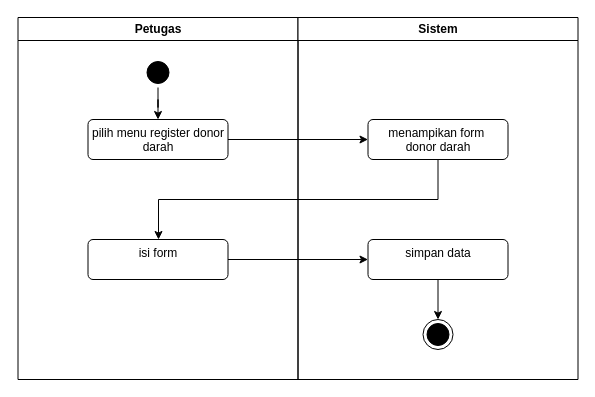
This is page "activity-register-donor-darah" (2 of 24) of Untitled Diagram.drawio from afdikomayte/UDD-PMI-blood-donation-service, a draw.io file, before an edit. Source tidied: cells renumbered, new cells numbered last; positions are measured from the earlier drawing's top-left corner, leaving out a move shared by most shapes. Both pictures are drawn from the tidied source at 100%, with x=0, y=0 at pixel (17, 17).
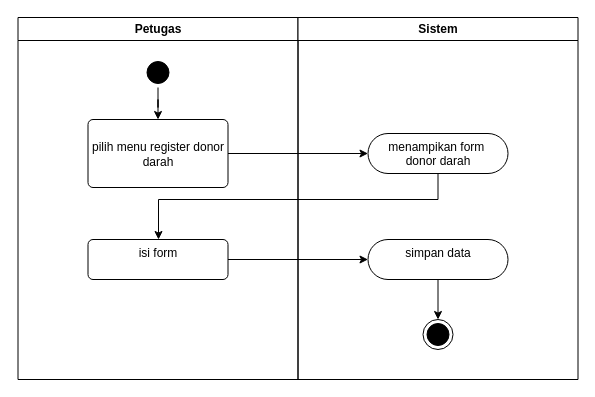
Above is the later version.

What changed in the source:
```diff
@@
 <mxGraphModel>
   <root>
     <mxCell id="0" />
     <mxCell id="1" parent="0" />
     <mxCell id="2" value="Petugas" style="swimlane;whiteSpace=wrap;startSize=23;" parent="1" vertex="1">
       <mxGeometry x="0.5" width="280" height="362" as="geometry" />
     </mxCell>
     <mxCell id="3" style="edgeStyle=orthogonalEdgeStyle;rounded=0;jettySize=auto;html=1;entryX=0.5;entryY=0;entryDx=0;entryDy=0;" parent="2" edge="1" source="4" target="5">
       <mxGeometry relative="1" as="geometry" />
     </mxCell>
     <mxCell id="4" style="ellipse;shape=startState;fillColor=#000000;strokeColor=#000000;" parent="2" vertex="1">
       <mxGeometry x="125" y="40" width="30" height="30" as="geometry" />
     </mxCell>
-    <mxCell id="5" value="pilih menu register donor darah" style="html=1;align=center;verticalAlign=top;rounded=1;absoluteArcSize=1;arcSize=10;dashed=0;whiteSpace=wrap;" parent="2" vertex="1">
-      <mxGeometry x="70" y="102" width="140" height="40" as="geometry" />
+    <mxCell id="5" value="&lt;div&gt;&lt;br&gt;&lt;/div&gt;pilih menu register donor darah" style="html=1;align=center;verticalAlign=top;rounded=1;absoluteArcSize=1;arcSize=10;dashed=0;whiteSpace=wrap;" parent="2" vertex="1">
+      <mxGeometry x="70" y="102" width="140" height="68" as="geometry" />
     </mxCell>
     <mxCell id="6" value="isi form" style="html=1;align=center;verticalAlign=top;rounded=1;absoluteArcSize=1;arcSize=10;dashed=0;whiteSpace=wrap;" parent="2" vertex="1">
       <mxGeometry x="70" y="222" width="140" height="40" as="geometry" />
     </mxCell>
     <mxCell id="7" value="Sistem" style="swimlane;whiteSpace=wrap;" parent="1" vertex="1">
       <mxGeometry x="280.5" width="280" height="362" as="geometry" />
     </mxCell>
     <mxCell id="8" style="ellipse;html=1;shape=endState;fillColor=#000000;strokeColor=#000000;" parent="7" vertex="1">
       <mxGeometry x="125" y="302" width="30" height="30" as="geometry" />
     </mxCell>
-    <mxCell id="9" value="menampikan form&amp;nbsp;&lt;div&gt;donor darah&lt;/div&gt;" style="html=1;align=center;verticalAlign=top;rounded=1;absoluteArcSize=1;arcSize=10;dashed=0;whiteSpace=wrap;" parent="7" vertex="1">
-      <mxGeometry x="70" y="102" width="140" height="40" as="geometry" />
+    <mxCell id="9" value="menampikan form&amp;nbsp;&lt;div&gt;donor darah&lt;/div&gt;" style="html=1;align=center;verticalAlign=top;rounded=1;absoluteArcSize=1;arcSize=75;dashed=0;whiteSpace=wrap;" parent="7" vertex="1">
+      <mxGeometry x="70" y="116" width="140" height="40" as="geometry" />
     </mxCell>
     <mxCell id="10" style="edgeStyle=orthogonalEdgeStyle;rounded=0;jettySize=auto;html=1;" parent="7" edge="1" source="11" target="8">
       <mxGeometry relative="1" as="geometry" />
     </mxCell>
-    <mxCell id="11" value="simpan data" style="html=1;align=center;verticalAlign=top;rounded=1;absoluteArcSize=1;arcSize=10;dashed=0;whiteSpace=wrap;" parent="7" vertex="1">
+    <mxCell id="11" value="simpan data" style="html=1;align=center;verticalAlign=top;rounded=1;absoluteArcSize=1;arcSize=73;dashed=0;whiteSpace=wrap;" parent="7" vertex="1">
       <mxGeometry x="70" y="222" width="140" height="40" as="geometry" />
     </mxCell>
     <mxCell id="12" style="edgeStyle=orthogonalEdgeStyle;rounded=0;jettySize=auto;html=1;entryX=0;entryY=0.5;entryDx=0;entryDy=0;" parent="1" edge="1" source="5" target="9">
       <mxGeometry relative="1" as="geometry" />
     </mxCell>
     <mxCell id="13" style="edgeStyle=orthogonalEdgeStyle;rounded=0;jettySize=auto;html=1;" parent="1" edge="1" source="9" target="6">
       <mxGeometry relative="1" as="geometry">
         <Array as="points">
           <mxPoint x="421" y="182" />
           <mxPoint x="141" y="182" />
         </Array>
       </mxGeometry>
     </mxCell>
     <mxCell id="14" style="edgeStyle=orthogonalEdgeStyle;rounded=0;jettySize=auto;html=1;entryX=0;entryY=0.5;entryDx=0;entryDy=0;" parent="1" edge="1" source="6" target="11">
       <mxGeometry relative="1" as="geometry" />
     </mxCell>
   </root>
 </mxGraphModel>
```
